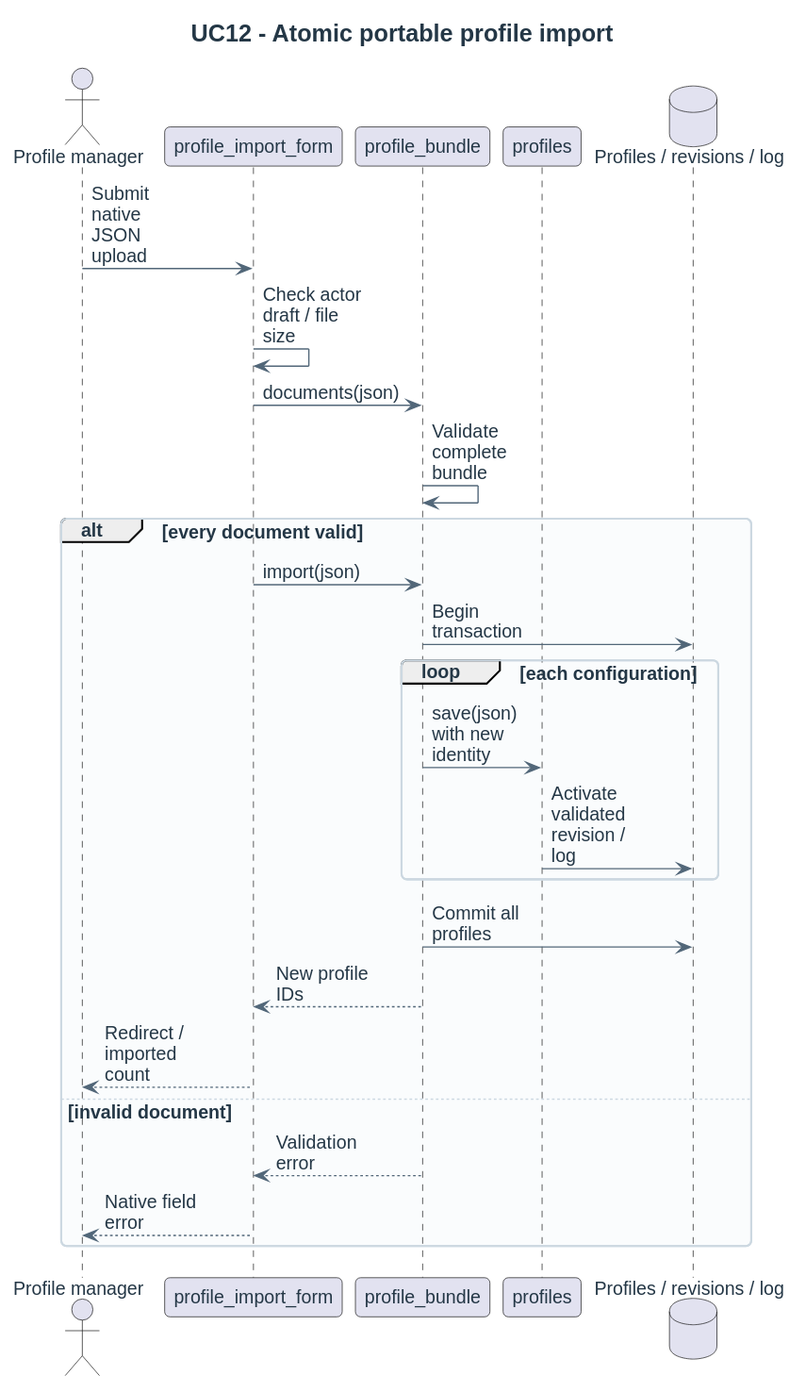
Above: docs/diagrams/design/sequences/uc12-import-profiles.svg in didactika/moodle-local_coursefiles (PlantUML), before the change.
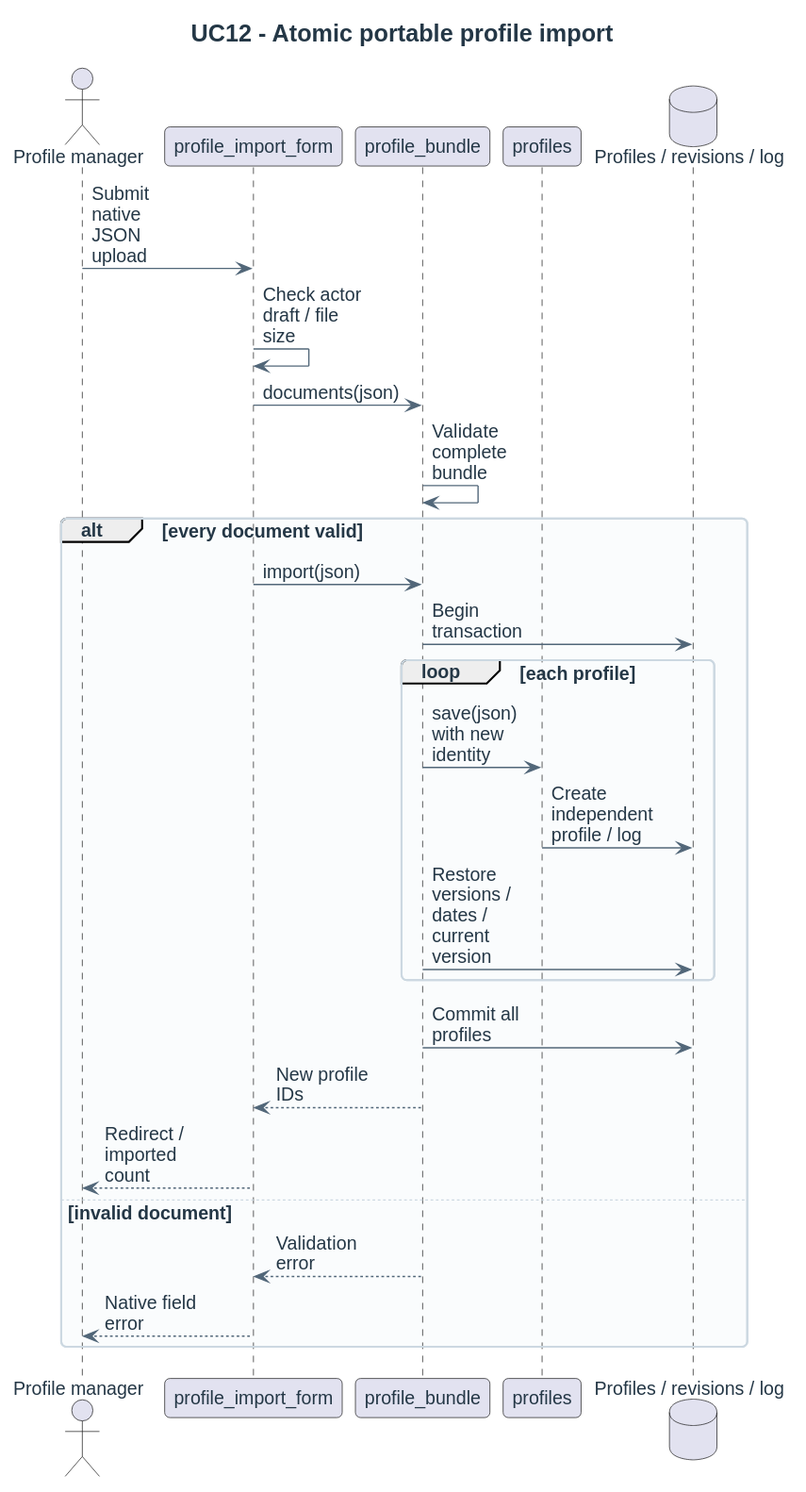
Above is the later version.

What changed in the source:
```diff
@@ -13,9 +13,10 @@
 alt every document valid
   Form -> Bundle : import(json)
   Bundle -> DB : Begin transaction
-  loop each configuration
+  loop each profile
     Bundle -> Profiles : save(json) with new identity
-    Profiles -> DB : Activate validated revision / log
+    Profiles -> DB : Create independent profile / log
+    Bundle -> DB : Restore versions / dates / current version
   end
   Bundle -> DB : Commit all profiles
   Bundle --> Form : New profile IDs
```
